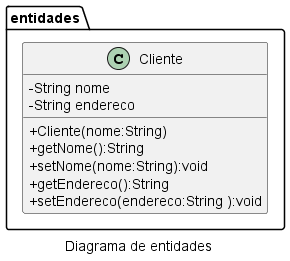
The PlantUML diagram diagramas/png/classes.png in waltercoan/fso-turmab-revoo, before a commit. Source of this version:
```plantuml
@startuml
skinparam classAttributeIconSize 0
caption Diagrama de entidades
namespace entidades {
    class Cliente {
        - String nome
        - String endereco
        + Cliente(nome:String)
        + getNome():String
        + setNome(nome:String):void
        + getEndereco():String
        + setEndereco(endereco:String ):void
    }
}
@enduml
```
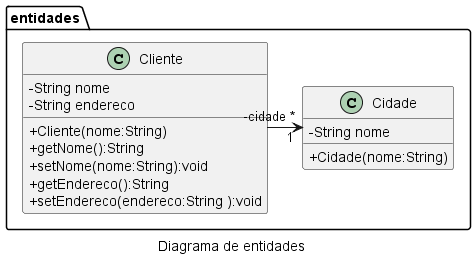
After the change.

Diff of the diagram source:
```diff
@@ -11,5 +11,10 @@
         + getEndereco():String
         + setEndereco(endereco:String ):void
     }
+    class Cidade {
+        - String nome
+        + Cidade(nome:String)
+    }
+    Cliente "-cidade *" -> "1" Cidade
 }
 @enduml
```
